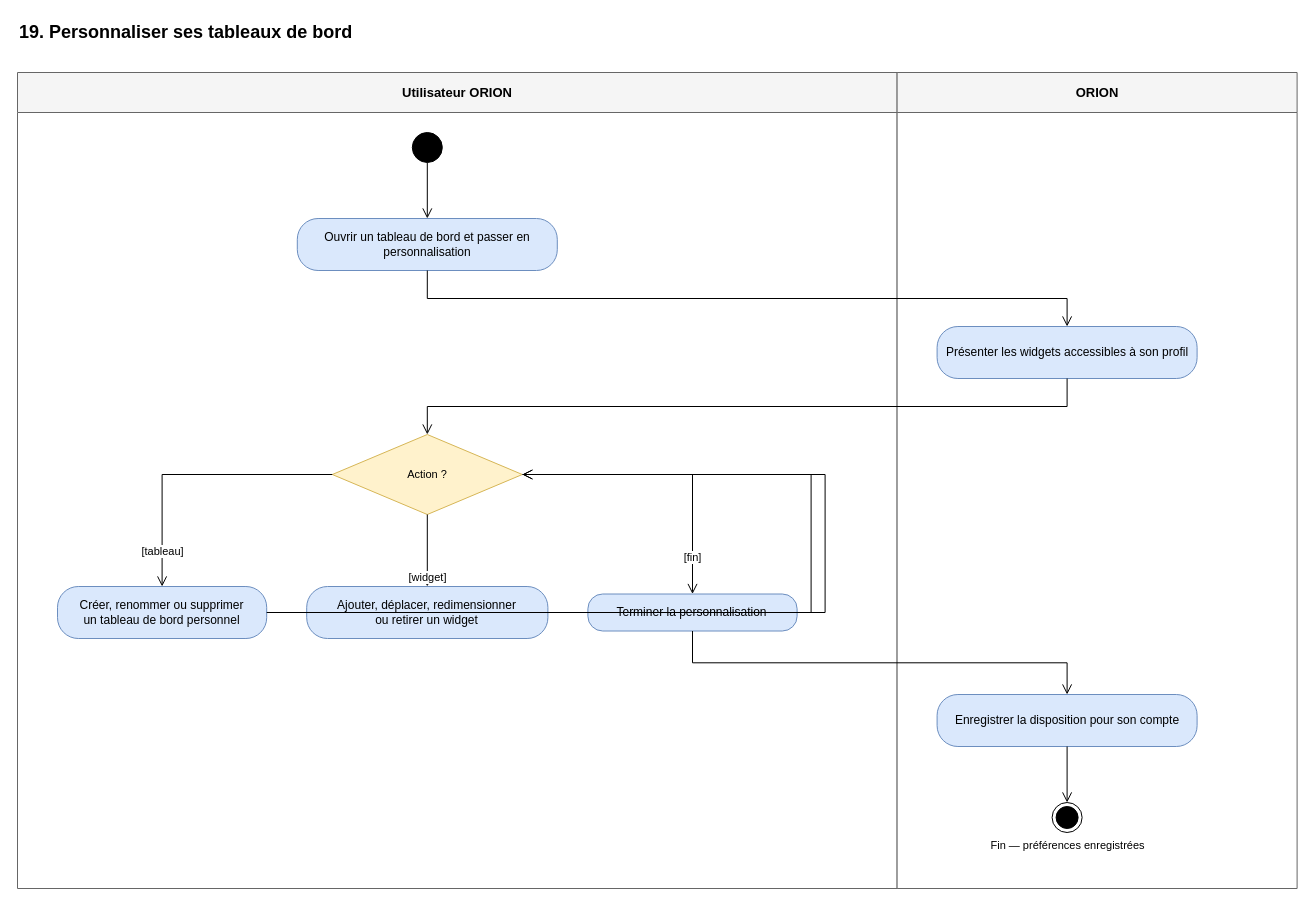
bpierrelouis/aster keeps this draw.io diagram as page "Personnaliser ses tableaux de bord" (19 of 19) of docs/02-ANALYSE/02-CAPTURE-DES-BESOINS/08-DIAGRAMMES-ACTIVITE-CAS-UTILISATION.drawio. Above is the earlier version. Source tidied: cells renumbered, new cells numbered last; positions are measured from the earlier drawing's top-left corner, leaving out a move shared by most shapes. Both pictures are drawn from the tidied source at 100%, with x=0, y=0 at pixel (17, 17).
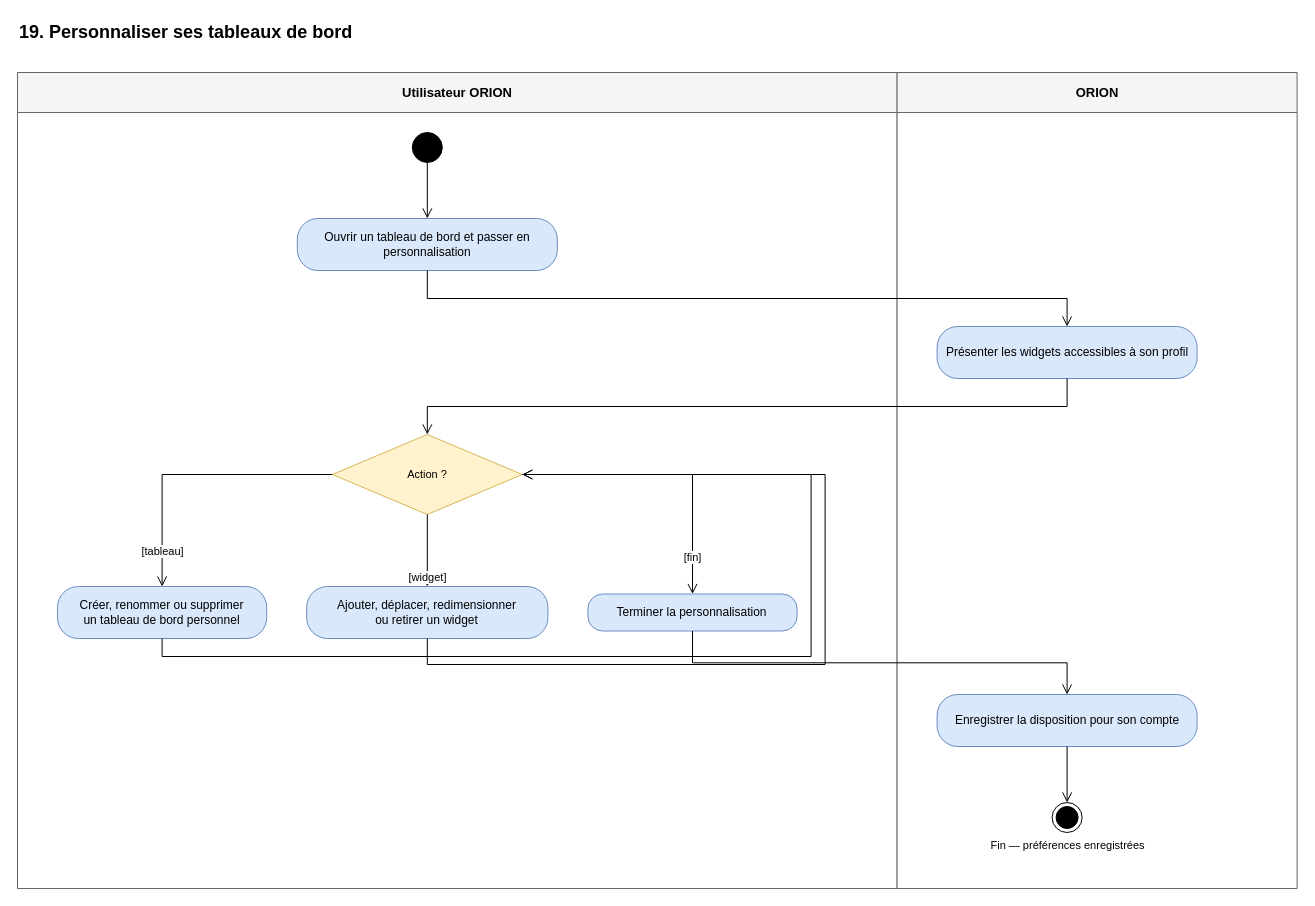
After the change.

Unchanged cells that the change refers to:
```xml
<mxCell id="8" value="Action ?" style="rhombus;whiteSpace=wrap;html=1;fontSize=11;fillColor=#fff2cc;strokeColor=#d6b656;" parent="3" vertex="1">
  <mxGeometry x="314.8" y="362" width="190" height="80" as="geometry" />
</mxCell>
<mxCell id="9" value="Créer, renommer ou supprimer&lt;br&gt;un tableau de bord personnel" style="rounded=1;arcSize=40;whiteSpace=wrap;html=1;fontSize=12;fillColor=#dae8fc;strokeColor=#6c8ebf;" parent="3" vertex="1">
  <mxGeometry x="40" y="514" width="209.2" height="52" as="geometry" />
</mxCell>
<mxCell id="10" value="Ajouter, déplacer, redimensionner&lt;br&gt;ou retirer un widget" style="rounded=1;arcSize=40;whiteSpace=wrap;html=1;fontSize=12;fillColor=#dae8fc;strokeColor=#6c8ebf;" parent="3" vertex="1">
  <mxGeometry x="289.2" y="514" width="241.2" height="52" as="geometry" />
</mxCell>
```

Change to the diagram source:
```diff
@@
-    <mxCell id="18" style="edgeStyle=orthogonalEdgeStyle;endArrow=open;endSize=8;html=1;rounded=0;fontSize=11;labelBackgroundColor=#ffffff;exitX=1;exitY=0.5;exitDx=0;exitDy=0;entryX=1;entryY=0.5;entryDx=0;entryDy=0;" parent="1" edge="1" source="9" target="8">
+    <mxCell id="18" style="edgeStyle=orthogonalEdgeStyle;endArrow=open;endSize=8;html=1;rounded=0;fontSize=11;labelBackgroundColor=#ffffff;exitX=0.5;exitY=1;exitDx=0;exitDy=0;entryX=1;entryY=0.5;entryDx=0;entryDy=0;" parent="1" edge="1" source="9" target="8">
       <mxGeometry relative="1" as="geometry">
         <Array as="points">
-          <mxPoint x="793.6" y="595" />
+          <mxPoint x="144.6" y="639" />
+          <mxPoint x="793.6" y="639" />
           <mxPoint x="793.6" y="457" />
         </Array>
       </mxGeometry>
     </mxCell>
@@
-    <mxCell id="20" style="edgeStyle=orthogonalEdgeStyle;endArrow=open;endSize=8;html=1;rounded=0;fontSize=11;labelBackgroundColor=#ffffff;exitX=1;exitY=0.5;exitDx=0;exitDy=0;entryX=1;entryY=0.5;entryDx=0;entryDy=0;" parent="1" edge="1" source="10" target="8">
+    <mxCell id="20" style="edgeStyle=orthogonalEdgeStyle;endArrow=open;endSize=8;html=1;rounded=0;fontSize=11;labelBackgroundColor=#ffffff;exitX=0.5;exitY=1;exitDx=0;exitDy=0;entryX=1;entryY=0.5;entryDx=0;entryDy=0;" parent="1" edge="1" source="10" target="8">
       <mxGeometry relative="1" as="geometry">
         <Array as="points">
-          <mxPoint x="807.6" y="595" />
+          <mxPoint x="409.8" y="647" />
+          <mxPoint x="807.6" y="647" />
           <mxPoint x="807.6" y="457" />
         </Array>
       </mxGeometry>
     </mxCell>
```
